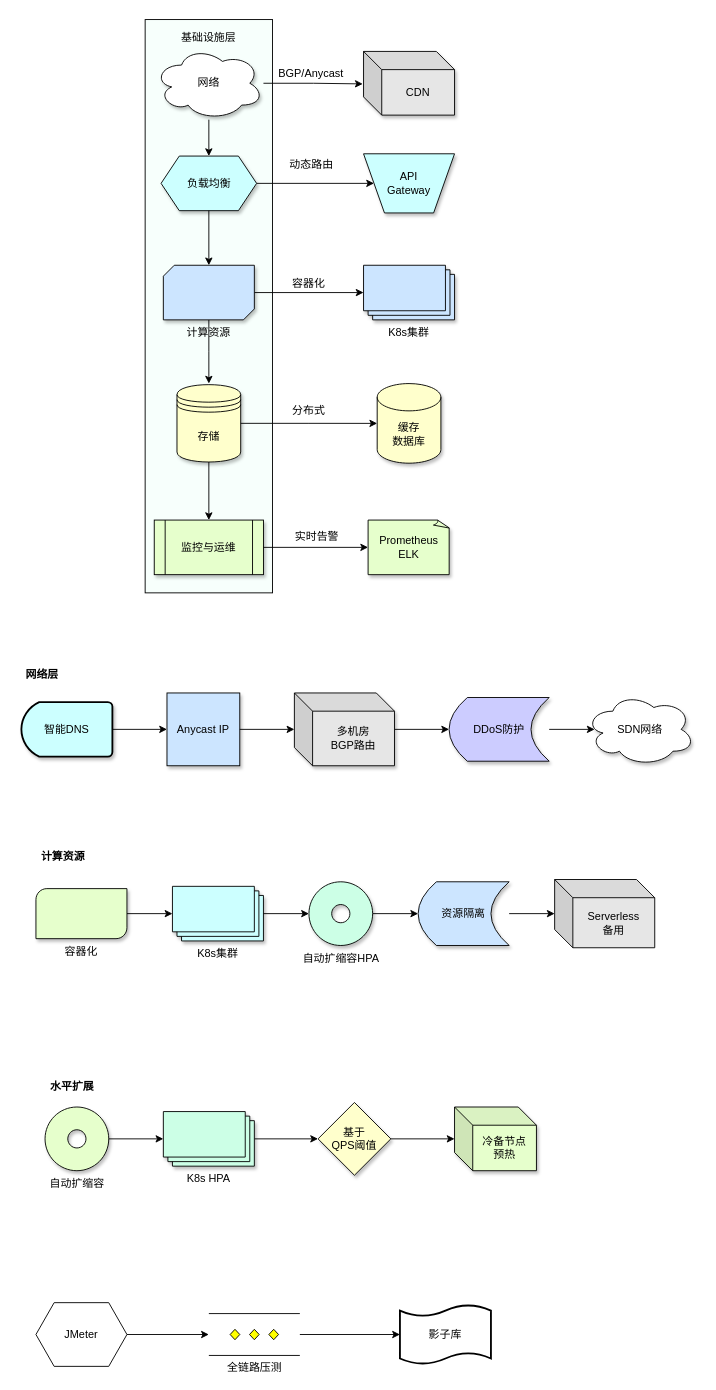
This is achitecture_diagram/架构分层-基础设施层.drawio from abigalexy/online_drawing, a draw.io file, before an edit. Source tidied: cells renumbered, new cells numbered last; positions are measured from the earlier drawing's top-left corner, leaving out a move shared by most shapes. Both pictures are drawn from the tidied source at 91%, with x=0, y=0 at pixel (21, 19).
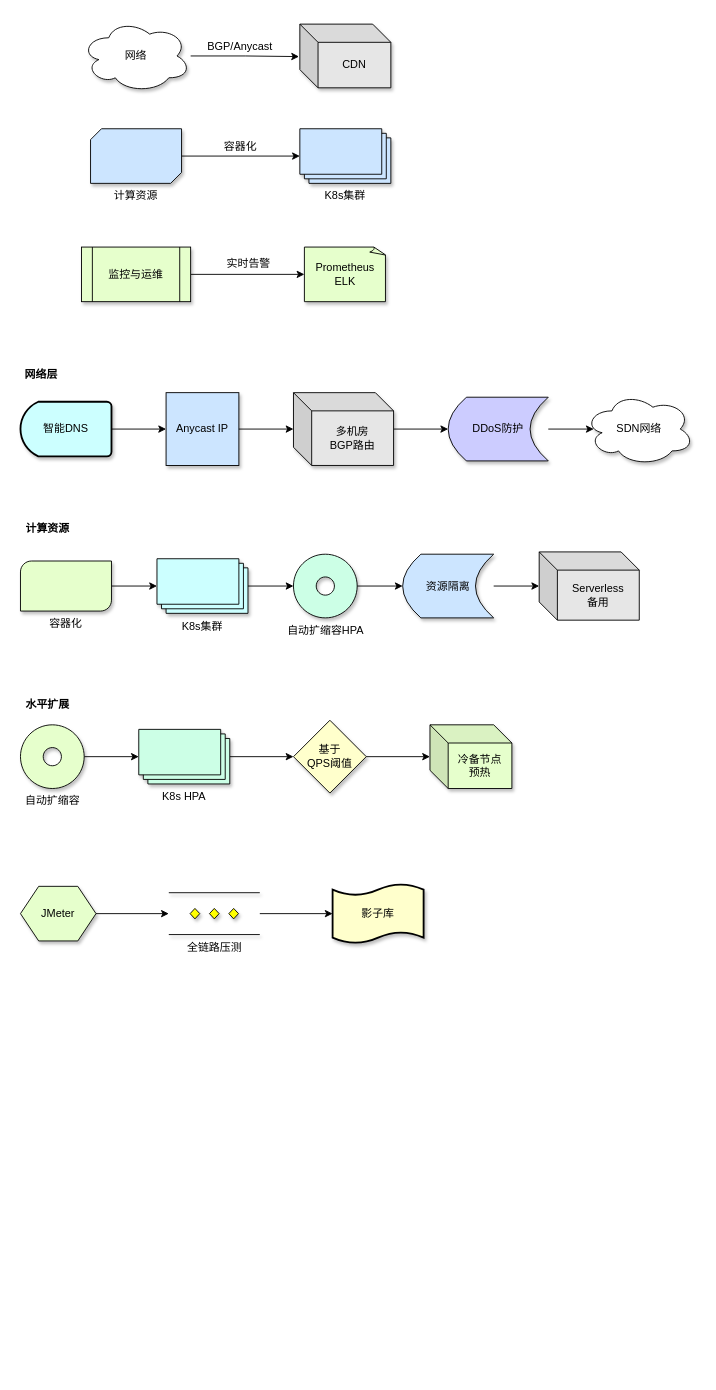
After the change.

Commit message:
更新架构分层-基础设施层.drawio

Change to the diagram source:
```diff
@@
-    <mxCell id="2" style="group;" parent="1" vertex="1">
-      <mxGeometry x="136" width="340" height="630" as="geometry" />
-    </mxCell>
-    <mxCell id="3" style="rounded=0;whiteSpace=wrap;html=1;direction=south;fillColor=#F7FFFC;" parent="2" vertex="1">
-      <mxGeometry width="140" height="630" as="geometry" />
-    </mxCell>
-    <mxCell id="4" style="edgeStyle=orthogonalEdgeStyle;rounded=0;jettySize=auto;html=1;entryX=0.5;entryY=0;entryDx=0;entryDy=0;" parent="2" edge="1" source="5" target="7">
-      <mxGeometry relative="1" as="geometry" />
-    </mxCell>
-    <mxCell id="5" value="网络" style="ellipse;shape=cloud;whiteSpace=wrap;html=1;shadow=1;fillColor=#FFFFFF;" parent="2" vertex="1">
-      <mxGeometry x="10" y="30" width="120" height="80" as="geometry" />
-    </mxCell>
-    <mxCell id="6" style="edgeStyle=orthogonalEdgeStyle;rounded=0;jettySize=auto;html=1;exitX=1;exitY=0.5;exitDx=0;exitDy=0;entryX=0;entryY=0.5;entryDx=0;entryDy=0;" parent="2" edge="1" source="7" target="15">
-      <mxGeometry relative="1" as="geometry" />
-    </mxCell>
-    <mxCell id="7" value="负载均衡" style="shape=hexagon;perimeter=hexagonPerimeter2;whiteSpace=wrap;html=1;fixedSize=1;fillColor=#CCFFFF;shadow=1;" parent="2" vertex="1">
-      <mxGeometry x="17.5" y="150" width="105" height="60" as="geometry" />
-    </mxCell>
-    <mxCell id="8" style="edgeStyle=orthogonalEdgeStyle;rounded=0;jettySize=auto;html=1;" parent="2" edge="1" source="10" target="16">
-      <mxGeometry relative="1" as="geometry" />
-    </mxCell>
-    <mxCell id="9" style="edgeStyle=orthogonalEdgeStyle;rounded=0;jettySize=auto;html=1;" parent="2" edge="1" source="10">
-      <mxGeometry relative="1" as="geometry">
-        <mxPoint x="70" y="400" as="targetPoint" />
-      </mxGeometry>
-    </mxCell>
-    <mxCell id="10" value="计算资源" style="verticalLabelPosition=bottom;verticalAlign=top;html=1;shape=mxgraph.basic.diag_snip_rect;dx=6;whiteSpace=wrap;fillColor=#CCE5FF;shadow=1;" parent="2" vertex="1">
-      <mxGeometry x="20" y="270" width="100" height="60" as="geometry" />
-    </mxCell>
-    <mxCell id="11" style="edgeStyle=orthogonalEdgeStyle;rounded=0;jettySize=auto;html=1;entryX=0.5;entryY=0;entryDx=0;entryDy=0;" parent="2" edge="1" source="12" target="13">
-      <mxGeometry relative="1" as="geometry" />
-    </mxCell>
-    <mxCell id="12" value="存储" style="shape=datastore;whiteSpace=wrap;html=1;fillColor=#FFFFCC;shadow=1;" parent="2" vertex="1">
-      <mxGeometry x="35" y="401.2" width="70" height="85" as="geometry" />
-    </mxCell>
-    <mxCell id="13" value="监控与运维" style="shape=process;whiteSpace=wrap;html=1;backgroundOutline=1;fillColor=#E6FFCC;shadow=1;" parent="2" vertex="1">
-      <mxGeometry x="10" y="550" width="120" height="60" as="geometry" />
-    </mxCell>
-    <mxCell id="14" value="CDN" style="shape=cube;whiteSpace=wrap;html=1;boundedLbl=1;backgroundOutline=1;darkOpacity=0.05;darkOpacity2=0.1;fillColor=#E6E6E6;shadow=1;" parent="2" vertex="1">
-      <mxGeometry x="240" y="35" width="100" height="70" as="geometry" />
-    </mxCell>
-    <mxCell id="15" value="API &lt;br&gt;Gateway" style="verticalLabelPosition=middle;verticalAlign=middle;html=1;shape=trapezoid;perimeter=trapezoidPerimeter;whiteSpace=wrap;size=0.23;arcSize=10;flipV=1;labelPosition=center;align=center;direction=east;shadow=1;fillColor=#CCFFFF;" parent="2" vertex="1">
-      <mxGeometry x="240" y="147.5" width="100" height="65" as="geometry" />
-    </mxCell>
-    <mxCell id="16" value="K8s集群" style="verticalLabelPosition=bottom;verticalAlign=top;html=1;shape=mxgraph.basic.layered_rect;dx=10;outlineConnect=0;whiteSpace=wrap;fillColor=#CCE5FF;shadow=1;" parent="2" vertex="1">
-      <mxGeometry x="240" y="270" width="100" height="60" as="geometry" />
-    </mxCell>
-    <mxCell id="17" value="缓存&lt;br&gt;数据库" style="shape=cylinder3;whiteSpace=wrap;html=1;boundedLbl=1;backgroundOutline=1;size=15;fillColor=#FFFFCC;shadow=1;" parent="2" vertex="1">
-      <mxGeometry x="255" y="400" width="70" height="87.5" as="geometry" />
-    </mxCell>
-    <mxCell id="18" style="edgeStyle=orthogonalEdgeStyle;rounded=0;jettySize=auto;html=1;entryX=-0.009;entryY=0.51;entryDx=0;entryDy=0;entryPerimeter=0;" parent="2" edge="1" source="5" target="14">
-      <mxGeometry relative="1" as="geometry" />
-    </mxCell>
-    <mxCell id="19" value="BGP/Anycast" style="text;strokeColor=none;align=center;fillColor=none;html=1;verticalAlign=middle;whiteSpace=wrap;rounded=0;" parent="2" vertex="1">
-      <mxGeometry x="141.8" y="50" width="81" height="20" as="geometry" />
-    </mxCell>
-    <mxCell id="20" value="动态路由" style="text;strokeColor=none;align=center;fillColor=none;html=1;verticalAlign=middle;whiteSpace=wrap;rounded=0;" parent="2" vertex="1">
-      <mxGeometry x="153.5" y="150" width="57.5" height="20" as="geometry" />
-    </mxCell>
-    <mxCell id="21" value="容器化" style="text;strokeColor=none;align=center;fillColor=none;html=1;verticalAlign=middle;whiteSpace=wrap;rounded=0;" parent="2" vertex="1">
-      <mxGeometry x="159.8" y="280" width="39.5" height="20" as="geometry" />
-    </mxCell>
-    <mxCell id="22" style="edgeStyle=orthogonalEdgeStyle;rounded=0;jettySize=auto;html=1;entryX=0;entryY=0.5;entryDx=0;entryDy=0;entryPerimeter=0;" parent="2" edge="1" source="12" target="17">
-      <mxGeometry relative="1" as="geometry" />
-    </mxCell>
-    <mxCell id="23" value="分布式" style="text;strokeColor=none;align=center;fillColor=none;html=1;verticalAlign=middle;whiteSpace=wrap;rounded=0;" parent="2" vertex="1">
-      <mxGeometry x="161" y="420" width="38.2" height="20" as="geometry" />
-    </mxCell>
-    <mxCell id="24" value="Prometheus&lt;br&gt;ELK" style="whiteSpace=wrap;html=1;shape=mxgraph.basic.document;fillColor=#E6FFCC;shadow=1;" parent="2" vertex="1">
-      <mxGeometry x="245" y="550" width="90" height="60" as="geometry" />
-    </mxCell>
-    <mxCell id="25" style="edgeStyle=orthogonalEdgeStyle;rounded=0;jettySize=auto;html=1;entryX=0;entryY=0.5;entryDx=0;entryDy=0;entryPerimeter=0;" parent="2" edge="1" source="13" target="24">
-      <mxGeometry relative="1" as="geometry" />
-    </mxCell>
-    <mxCell id="26" value="实时告警" style="text;strokeColor=none;align=center;fillColor=none;html=1;verticalAlign=middle;whiteSpace=wrap;rounded=0;" parent="2" vertex="1">
-      <mxGeometry x="159.8" y="560" width="58.2" height="15" as="geometry" />
-    </mxCell>
-    <mxCell id="27" style="edgeStyle=orthogonalEdgeStyle;rounded=0;jettySize=auto;html=1;exitX=0.5;exitY=1;exitDx=0;exitDy=0;entryX=0.5;entryY=0;entryDx=0;entryDy=0;entryPerimeter=0;" parent="2" edge="1" source="7" target="10">
-      <mxGeometry relative="1" as="geometry" />
-    </mxCell>
-    <mxCell id="28" value="基础设施层" style="text;strokeColor=none;align=center;fillColor=none;html=1;verticalAlign=middle;whiteSpace=wrap;rounded=0;" parent="2" vertex="1">
-      <mxGeometry x="35" y="10" width="70" height="20" as="geometry" />
-    </mxCell>
     <mxCell id="29" style="group;" parent="1" vertex="1">
-      <mxGeometry x="26" y="1160" width="540" height="110" as="geometry" />
+      <mxGeometry x="-1" y="740" width="540" height="110" as="geometry" />
     </mxCell>
@@
     <mxCell id="39" style="group;" parent="1" vertex="1">
-      <mxGeometry y="710" width="740" height="110" as="geometry" />
+      <mxGeometry x="-1" y="380" width="740" height="110" as="geometry" />
     </mxCell>
@@
     <mxCell id="50" style="group;" parent="1" vertex="1">
-      <mxGeometry x="16" y="910" width="680" height="110" as="geometry" />
+      <mxGeometry x="-1" y="550" width="680" height="110" as="geometry" />
     </mxCell>
@@
+    <mxCell id="66" style="group;" parent="1" vertex="1">
+      <mxGeometry x="66" width="340" height="310" as="geometry" />
+    </mxCell>
+    <mxCell id="5" value="网络" style="ellipse;shape=cloud;whiteSpace=wrap;html=1;shadow=1;fillColor=#FFFFFF;" parent="66" vertex="1">
+      <mxGeometry width="120" height="80" as="geometry" />
+    </mxCell>
+    <mxCell id="8" style="edgeStyle=orthogonalEdgeStyle;rounded=0;jettySize=auto;html=1;" parent="66" edge="1" source="10" target="16">
+      <mxGeometry relative="1" as="geometry" />
+    </mxCell>
+    <mxCell id="10" value="计算资源" style="verticalLabelPosition=bottom;verticalAlign=top;html=1;shape=mxgraph.basic.diag_snip_rect;dx=6;whiteSpace=wrap;fillColor=#CCE5FF;shadow=1;" parent="66" vertex="1">
+      <mxGeometry x="10" y="120" width="100" height="60" as="geometry" />
+    </mxCell>
+    <mxCell id="14" value="CDN" style="shape=cube;whiteSpace=wrap;html=1;boundedLbl=1;backgroundOutline=1;darkOpacity=0.05;darkOpacity2=0.1;fillColor=#E6E6E6;shadow=1;" parent="66" vertex="1">
+      <mxGeometry x="240" y="5" width="100" height="70" as="geometry" />
+    </mxCell>
+    <mxCell id="16" value="K8s集群" style="verticalLabelPosition=bottom;verticalAlign=top;html=1;shape=mxgraph.basic.layered_rect;dx=10;outlineConnect=0;whiteSpace=wrap;fillColor=#CCE5FF;shadow=1;" parent="66" vertex="1">
+      <mxGeometry x="240" y="120" width="100" height="60" as="geometry" />
+    </mxCell>
+    <mxCell id="18" style="edgeStyle=orthogonalEdgeStyle;rounded=0;jettySize=auto;html=1;entryX=-0.009;entryY=0.51;entryDx=0;entryDy=0;entryPerimeter=0;" parent="66" edge="1" source="5" target="14">
+      <mxGeometry relative="1" as="geometry" />
+    </mxCell>
+    <mxCell id="19" value="BGP/Anycast" style="text;strokeColor=none;align=center;fillColor=none;html=1;verticalAlign=middle;whiteSpace=wrap;rounded=0;" parent="66" vertex="1">
+      <mxGeometry x="133.8" y="20" width="81" height="20" as="geometry" />
+    </mxCell>
+    <mxCell id="21" value="容器化" style="text;strokeColor=none;align=center;fillColor=none;html=1;verticalAlign=middle;whiteSpace=wrap;rounded=0;" parent="66" vertex="1">
+      <mxGeometry x="154.5" y="130" width="39.5" height="20" as="geometry" />
+    </mxCell>
+    <mxCell id="24" value="Prometheus&lt;br&gt;ELK" style="whiteSpace=wrap;html=1;shape=mxgraph.basic.document;fillColor=#E6FFCC;shadow=1;" parent="66" vertex="1">
+      <mxGeometry x="245" y="250" width="90" height="60" as="geometry" />
+    </mxCell>
+    <mxCell id="25" style="edgeStyle=orthogonalEdgeStyle;rounded=0;jettySize=auto;html=1;entryX=0;entryY=0.5;entryDx=0;entryDy=0;entryPerimeter=0;" parent="66" edge="1" source="13" target="24">
+      <mxGeometry relative="1" as="geometry" />
+    </mxCell>
+    <mxCell id="26" value="实时告警" style="text;strokeColor=none;align=center;fillColor=none;html=1;verticalAlign=middle;whiteSpace=wrap;rounded=0;" parent="66" vertex="1">
+      <mxGeometry x="154.5" y="260" width="58.2" height="15" as="geometry" />
+    </mxCell>
+    <mxCell id="13" value="监控与运维" style="shape=process;whiteSpace=wrap;html=1;backgroundOutline=1;fillColor=#E6FFCC;shadow=1;" parent="66" vertex="1">
+      <mxGeometry y="250" width="120" height="60" as="geometry" />
+    </mxCell>
+    <mxCell id="67" style="group;" parent="1" vertex="1">
+      <mxGeometry x="-1" y="950" width="443" height="65" as="geometry" />
+    </mxCell>
-    <mxCell id="61" value="JMeter" style="shape=hexagon;perimeter=hexagonPerimeter2;whiteSpace=wrap;html=1;fixedSize=1;" parent="1" vertex="1">
-      <mxGeometry x="16" y="1410" width="100" height="70" as="geometry" />
+    <mxCell id="61" value="JMeter" style="shape=hexagon;perimeter=hexagonPerimeter2;whiteSpace=wrap;html=1;fixedSize=1;fillColor=#E6FFCC;shadow=1;" parent="67" vertex="1">
+      <mxGeometry y="2.5" width="83" height="60" as="geometry" />
     </mxCell>
-    <mxCell id="62" value="全链路压测" style="verticalLabelPosition=bottom;verticalAlign=top;html=1;shape=mxgraph.flowchart.parallel_mode;" parent="1" vertex="1">
-      <mxGeometry x="206" y="1422" width="100" height="46" as="geometry" />
+    <mxCell id="62" value="全链路压测" style="verticalLabelPosition=bottom;verticalAlign=top;html=1;shape=mxgraph.flowchart.parallel_mode;fillColor=#FFFF99;shadow=1;" parent="67" vertex="1">
+      <mxGeometry x="163" y="9.5" width="100" height="46" as="geometry" />
     </mxCell>
-    <mxCell id="63" value="影子库" style="shape=tape;whiteSpace=wrap;html=1;strokeWidth=2;size=0.19;" parent="1" vertex="1">
-      <mxGeometry x="416" y="1412.5" width="100" height="65" as="geometry" />
+    <mxCell id="63" value="影子库" style="shape=tape;whiteSpace=wrap;html=1;strokeWidth=2;size=0.19;fillColor=#FFFFCC;shadow=1;" parent="67" vertex="1">
+      <mxGeometry x="343" width="100" height="65" as="geometry" />
     </mxCell>
-    <mxCell id="64" style="edgeStyle=orthogonalEdgeStyle;rounded=0;jettySize=auto;html=1;entryX=0;entryY=0.5;entryDx=0;entryDy=0;entryPerimeter=0;" parent="1" edge="1" source="61" target="62">
+    <mxCell id="64" style="edgeStyle=orthogonalEdgeStyle;rounded=0;jettySize=auto;html=1;entryX=0;entryY=0.5;entryDx=0;entryDy=0;entryPerimeter=0;" parent="67" edge="1" source="61" target="62">
       <mxGeometry relative="1" as="geometry" />
     </mxCell>
-    <mxCell id="65" style="edgeStyle=orthogonalEdgeStyle;rounded=0;jettySize=auto;html=1;entryX=0;entryY=0.5;entryDx=0;entryDy=0;entryPerimeter=0;" parent="1" edge="1" source="62" target="63">
+    <mxCell id="65" style="edgeStyle=orthogonalEdgeStyle;rounded=0;jettySize=auto;html=1;entryX=0;entryY=0.5;entryDx=0;entryDy=0;entryPerimeter=0;" parent="67" edge="1" source="62" target="63">
       <mxGeometry relative="1" as="geometry" />
     </mxCell>
```
